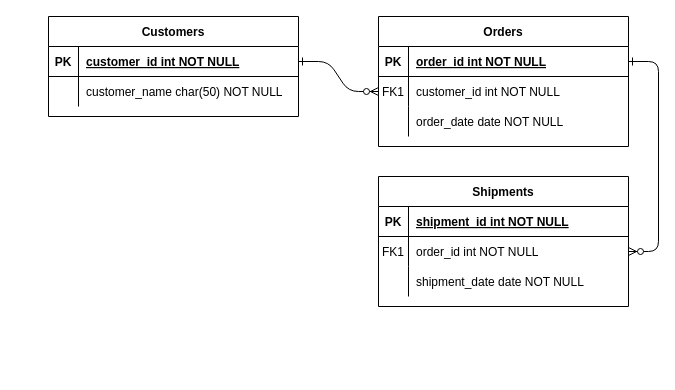
Care-Co/Database keeps this draw.io diagram as 제목 없는 다이어그램.drawio. Above is the earlier version. Source tidied: cells renumbered, new cells numbered last; positions are measured from the earlier drawing's top-left corner, leaving out a move shared by most shapes. Both pictures are drawn from the tidied source at 100%, with x=0, y=0 at pixel (48, 16).
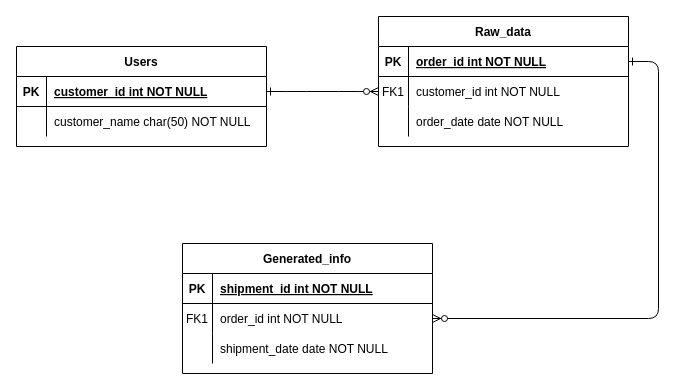
The same diagram, later.

Commit message (it also covers changes not shown here):
ER 다이어그램

The edit, as a diff of the source:
```diff
@@
-    <mxCell id="4" value="Orders" style="shape=table;startSize=30;childLayout=tableLayout;rowLines=0;fontStyle=1;align=center;" parent="1" vertex="1">
+    <mxCell id="4" value="Raw_data" style="shape=table;startSize=30;childLayout=tableLayout;rowLines=0;fontStyle=1;align=center;" parent="1" vertex="1">
       <mxGeometry x="330" width="250" height="130" as="geometry" />
     </mxCell>
@@
-    <mxCell id="14" value="Shipments" style="shape=table;startSize=30;childLayout=tableLayout;rowLines=0;fontStyle=1;align=center;" parent="1" vertex="1">
-      <mxGeometry x="330" y="160" width="250" height="130" as="geometry" />
+    <mxCell id="14" value="Generated_info" style="shape=table;startSize=30;childLayout=tableLayout;rowLines=0;fontStyle=1;align=center;" parent="1" vertex="1">
+      <mxGeometry x="134" y="227" width="250" height="130" as="geometry" />
     </mxCell>
@@
-    <mxCell id="24" value="Customers" style="shape=table;startSize=30;childLayout=tableLayout;rowLines=0;fontStyle=1;align=center;" parent="1" vertex="1">
-      <mxGeometry width="250" height="100" as="geometry" />
+    <mxCell id="24" value="Users" style="shape=table;startSize=30;childLayout=tableLayout;rowLines=0;fontStyle=1;align=center;" parent="1" vertex="1">
+      <mxGeometry x="-32" y="30" width="250" height="100" as="geometry" />
     </mxCell>
```
